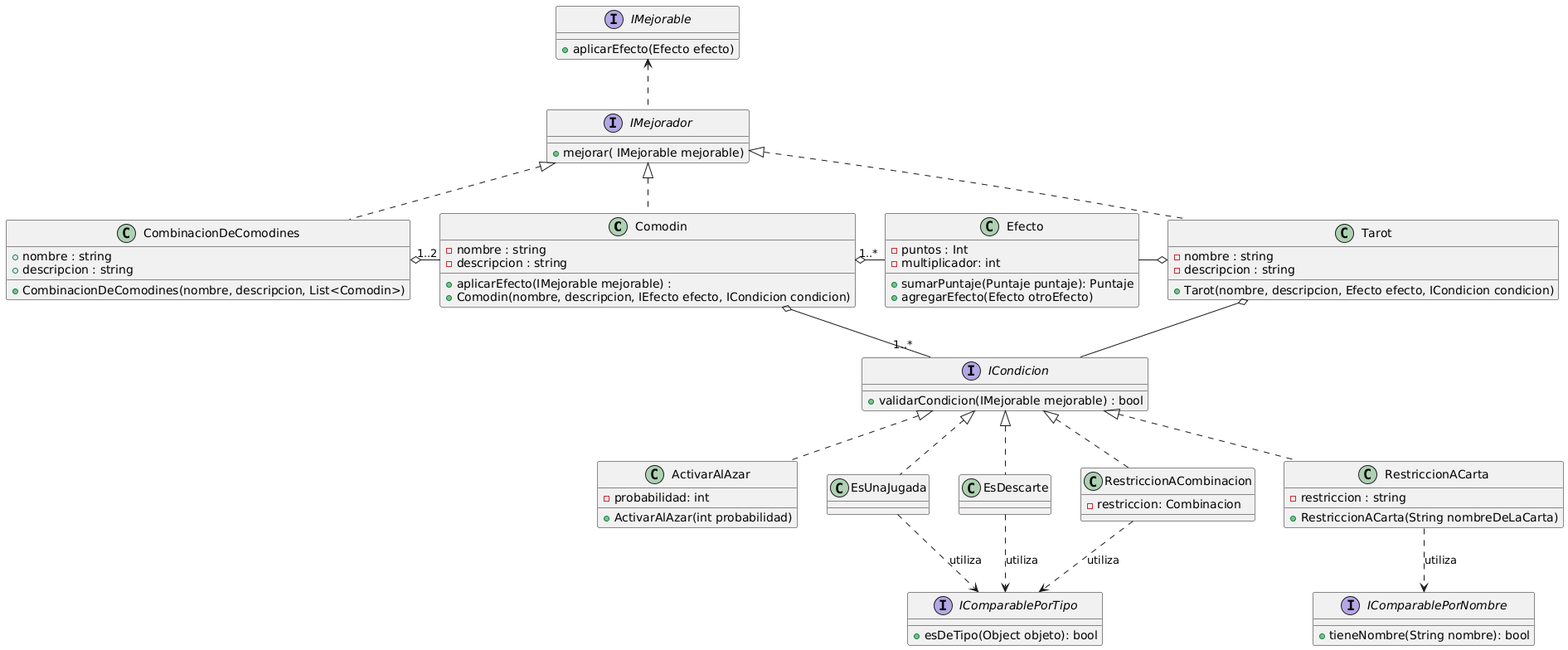
Sotelo27/TP2-Balatro-Grupo-08 keeps this PlantUML diagram as diagrams/classes/DC-IMejoradores.png. Above is the earlier version.
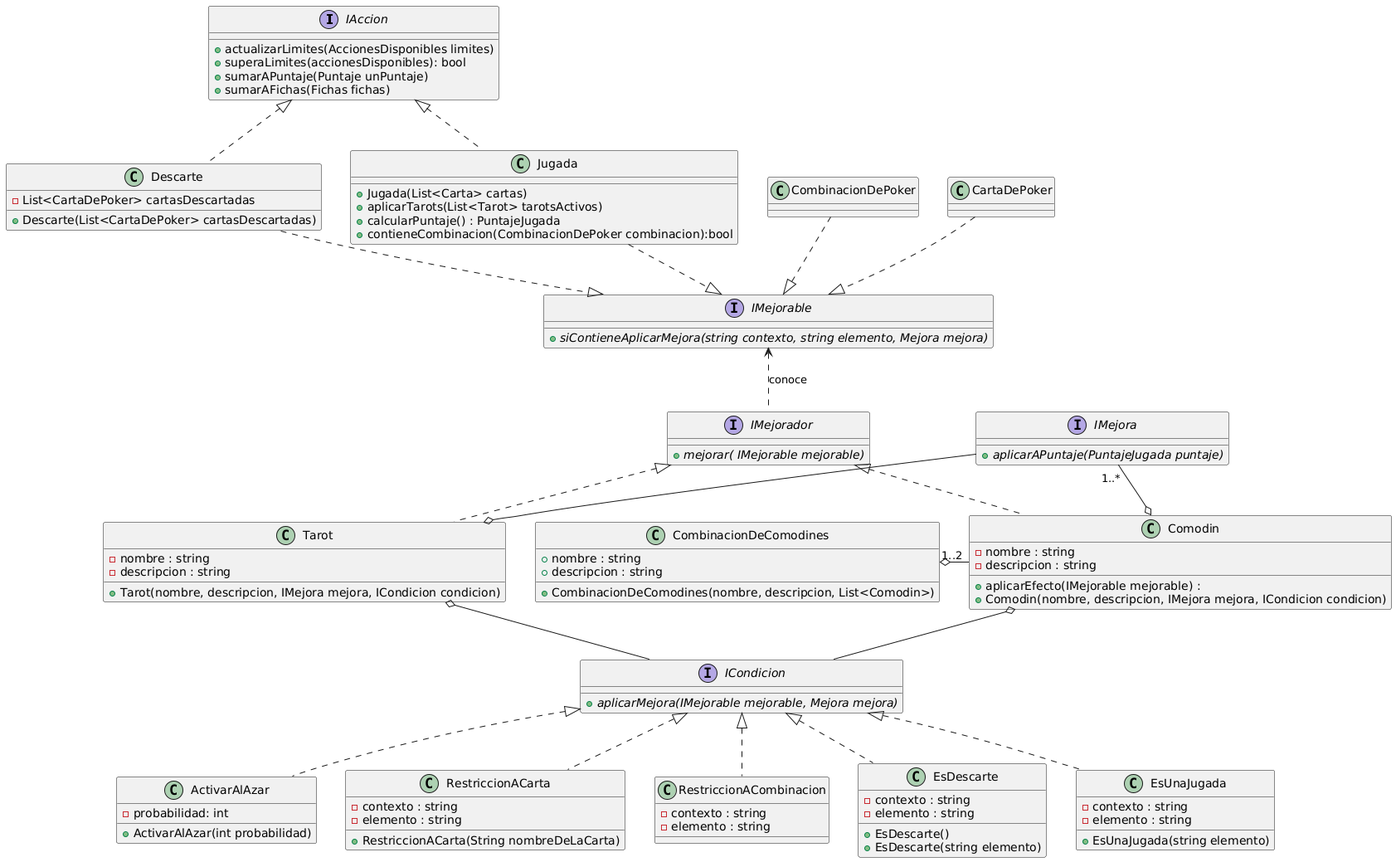
After the commit.

Commit message:
nuevos diagramas

What changed in the source:
```diff
@@ -1,78 +1,92 @@
 @startuml
+interface IAccion {
+  + actualizarLimites(AccionesDisponibles limites)
+  + superaLimites(accionesDisponibles): bool
+  + sumarAPuntaje(Puntaje unPuntaje)
+  + sumarAFichas(Fichas fichas)
+}
+class Descarte implements IAccion{
+  - List<CartaDePoker> cartasDescartadas
+  + Descarte(List<CartaDePoker> cartasDescartadas)
+}
+class Jugada implements IAccion{
+  + Jugada(List<Carta> cartas)
+  + aplicarTarots(List<Tarot> tarotsActivos)
+  + calcularPuntaje() : PuntajeJugada
+  + contieneCombinacion(CombinacionDePoker combinacion):bool
+}
+
+
+interface IMejorador {
+  {abstract}+ mejorar( IMejorable mejorable)
+}
+
+class CombinacionDeComodines{
+  + nombre : string
+  + descripcion : string
+  + CombinacionDeComodines(nombre, descripcion, List<Comodin>)
+}
+Class Tarot implements IMejorador{
+    - nombre : string
+    - descripcion : string
+    + Tarot(nombre, descripcion, IMejora mejora, ICondicion condicion)
+}
+
+
 class Comodin implements IMejorador{
     - nombre : string
     - descripcion : string
+    + aplicarEfecto(IMejorable mejorable) :
+    + Comodin(nombre, descripcion, IMejora mejora, ICondicion condicion)
 }
-
-Class Tarot implements IMejorador{
-    - nombre : string
-    - descripcion : string
-    + Tarot(nombre, descripcion, Efecto efecto, ICondicion condicion)
-}
-
-interface IMejorador {
-  + mejorar( IMejorable mejorable)
-}
-class Comodin {
-    + aplicarEfecto(IMejorable mejorable) :
-    + Comodin(nombre, descripcion, IEfecto efecto, ICondicion condicion)
-}
-class Efecto{
-    - puntos : Int
-    - multiplicador: int
-    + sumarPuntaje(Puntaje puntaje): Puntaje
-    + agregarEfecto(Efecto otroEfecto)
-}
-
-Comodin o-- "1..*" ICondicion
-Comodin o- "1..*" Efecto
-
-
-IMejorable <.. IMejorador
-Tarot o-- ICondicion
-
 
 class ActivarAlAzar implements ICondicion{
     - probabilidad: int
     + ActivarAlAzar(int probabilidad)
 }
+
+
+class RestriccionACarta implements ICondicion{
+    - contexto : string
+    - elemento : string
+    + RestriccionACarta(String nombreDeLaCarta)
+}
+class RestriccionACombinacion implements ICondicion{
+    - contexto : string
+    - elemento : string
+}
 class EsDescarte implements ICondicion{
-
+    - contexto : string
+    - elemento : string
+    + EsDescarte()
+    + EsDescarte(string elemento)
 }
 class EsUnaJugada implements ICondicion{
+    - contexto : string
+    - elemento : string
+    + EsUnaJugada(string elemento)
+}
+
+interface IMejorable{
+  {abstract}+ siContieneAplicarMejora(string contexto, string elemento, Mejora mejora)
+}
+
+interface IMejora{
+  {abstract}  + aplicarAPuntaje(PuntajeJugada puntaje)
 }
 
 interface ICondicion {
-    + validarCondicion(IMejorable mejorable) : bool
+    {abstract}+ aplicarMejora(IMejorable mejorable, Mejora mejora)
 }
 
-class CombinacionDeComodines  implements IMejorador{
-  + nombre : string
-  + descripcion : string
-  + CombinacionDeComodines(nombre, descripcion, List<Comodin>)
-}
+CombinacionDePoker ..|> IMejorable
 CombinacionDeComodines o- "1..2" Comodin
-Efecto -o Tarot
-
-class RestriccionACarta implements ICondicion{
-    + RestriccionACarta(String nombreDeLaCarta)
-    - restriccion : string
-}
-class RestriccionACombinacion implements ICondicion{
-    - restriccion: Combinacion
-}
-interface IMejorable{
-  + aplicarEfecto(Efecto efecto)
-}
-interface IComparablePorTipo {
-  + esDeTipo(Object objeto): bool
-}
-interface IComparablePorNombre {
-  + tieneNombre(String nombre): bool
-}
-EsDescarte ..> IComparablePorTipo :utiliza
-EsUnaJugada ..> IComparablePorTipo  :utiliza
-
-RestriccionACombinacion ..> IComparablePorTipo  :utiliza
-RestriccionACarta ..> IComparablePorNombre :utiliza
+IMejora --o Tarot
+Descarte ..|> IMejorable
+CartaDePoker ..|> IMejorable
+IMejora "1..*"  --o Comodin
+Jugada ..|> IMejorable
+Tarot o-- ICondicion
+Comodin o-- ICondicion
+IMejorable <.. IMejorador : conoce
 @enduml
```
